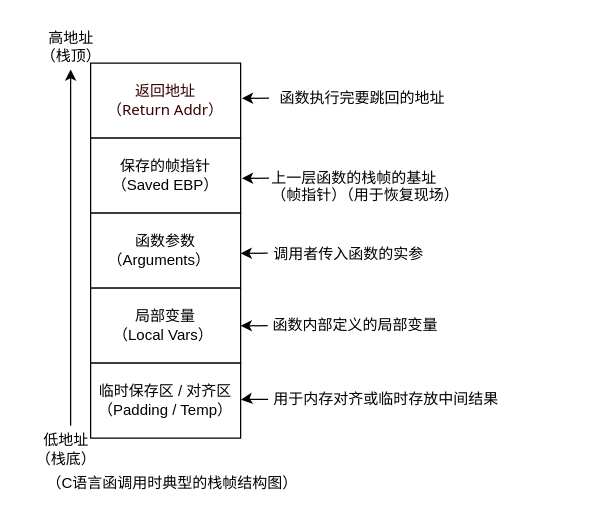
Before: 变1.drawio in ZhouQuan-7237/123, a draw.io diagram. Source tidied: cells renumbered, new cells numbered last; positions are measured from the earlier drawing's top-left corner, leaving out a move shared by most shapes. Both pictures are drawn from the tidied source at 125%, with x=0, y=0 at pixel (21, 21).
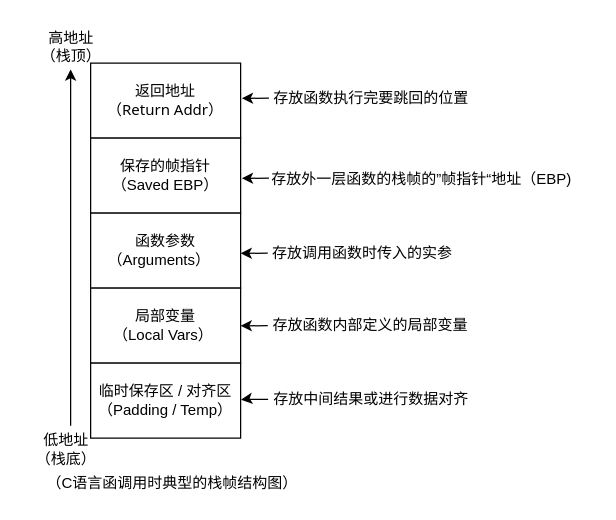
After the change.

What changed in the source:
```diff
@@
-    <mxCell id="2" value="&lt;div&gt;&lt;font style=&quot;color: rgb(51, 0, 0);&quot;&gt;返回地址&lt;br&gt;（&lt;span style=&quot;font-family: system-ui, -apple-system, BlinkMacSystemFont, &amp;quot;Segoe UI&amp;quot;, Roboto, Oxygen, Ubuntu, Cantarell, &amp;quot;Fira Sans&amp;quot;, &amp;quot;Droid Sans&amp;quot;, &amp;quot;Helvetica Neue&amp;quot;, Arial, sans-serif; orphans: 4; text-align: left; white-space-collapse: preserve; background-color: rgb(255, 255, 255);&quot;&gt;Return Addr）&lt;/span&gt;&lt;/font&gt;&lt;/div&gt;" style="rounded=0;whiteSpace=wrap;html=1;" parent="1" vertex="1">
+    <mxCell id="2" value="&lt;div&gt;&lt;font style=&quot;color: rgb(0, 0, 0);&quot;&gt;返回地址&lt;br&gt;（&lt;span style=&quot;font-family: system-ui, -apple-system, BlinkMacSystemFont, &amp;quot;Segoe UI&amp;quot;, Roboto, Oxygen, Ubuntu, Cantarell, &amp;quot;Fira Sans&amp;quot;, &amp;quot;Droid Sans&amp;quot;, &amp;quot;Helvetica Neue&amp;quot;, Arial, sans-serif; orphans: 4; text-align: left; white-space-collapse: preserve; background-color: rgb(255, 255, 255);&quot;&gt;Return Addr）&lt;/span&gt;&lt;/font&gt;&lt;/div&gt;" style="rounded=0;whiteSpace=wrap;html=1;" parent="1" vertex="1">
       <mxGeometry x="55" y="33" width="120" height="60" as="geometry" />
     </mxCell>
@@
-    <mxCell id="13" value="&lt;font style=&quot;font-size: 12px;&quot;&gt;函数执行完要跳回的地址&lt;/font&gt;" style="text;html=1;align=center;verticalAlign=middle;strokeColor=none;fillColor=none;fontSize=16;" parent="1" vertex="1">
-      <mxGeometry x="192" y="44" width="160" height="30" as="geometry" />
+    <mxCell id="13" value="&lt;font style=&quot;font-size: 12px;&quot;&gt;存放函数执行完要跳回的位置&lt;/font&gt;" style="text;html=1;align=center;verticalAlign=middle;strokeColor=none;fillColor=none;fontSize=16;" parent="1" vertex="1">
+      <mxGeometry x="189" y="44" width="180" height="30" as="geometry" />
     </mxCell>
-    <mxCell id="14" value="上一层函数的栈帧的基址（帧指针）（用于恢复现场）" style="text;whiteSpace=wrap;html=1;" parent="1" vertex="1">
-      <mxGeometry x="198" y="111" width="150" height="40" as="geometry" />
+    <mxCell id="14" value="存放外一层函数的栈帧的”帧指针“地址（EBP)" style="text;whiteSpace=wrap;html=1;" parent="1" vertex="1">
+      <mxGeometry x="198" y="112" width="261" height="40" as="geometry" />
     </mxCell>
-    <mxCell id="15" value="函数内部定义的局部变量" style="text;whiteSpace=wrap;html=1;" parent="1" vertex="1">
+    <mxCell id="15" value="存放函数内部定义的局部变量" style="text;whiteSpace=wrap;html=1;" parent="1" vertex="1">
       <mxGeometry x="199" y="229" width="160" height="40" as="geometry" />
     </mxCell>
@@
-    <mxCell id="18" value="&lt;font style=&quot;font-size: 12px;&quot;&gt;调用者传入函数的实参&lt;/font&gt;" style="text;html=1;align=center;verticalAlign=middle;strokeColor=none;fillColor=none;fontSize=16;" parent="1" vertex="1">
-      <mxGeometry x="191" y="169" width="140" height="30" as="geometry" />
+    <mxCell id="18" value="&lt;font style=&quot;font-size: 12px;&quot;&gt;存放调用函数时传入的实参&lt;/font&gt;" style="text;html=1;align=center;verticalAlign=middle;strokeColor=none;fillColor=none;fontSize=16;" parent="1" vertex="1">
+      <mxGeometry x="187" y="168" width="170" height="30" as="geometry" />
     </mxCell>
@@
-    <mxCell id="20" value="&lt;font style=&quot;font-size: 12px;&quot;&gt;用于内存对齐或临时存放中间结果&lt;/font&gt;" style="text;html=1;align=center;verticalAlign=middle;strokeColor=none;fillColor=none;fontSize=16;" parent="1" vertex="1">
-      <mxGeometry x="191" y="285" width="200" height="30" as="geometry" />
+    <mxCell id="20" value="&lt;font style=&quot;font-size: 12px;&quot;&gt;存放中间结果或进行数据对齐&lt;/font&gt;" style="text;html=1;align=center;verticalAlign=middle;strokeColor=none;fillColor=none;fontSize=16;" parent="1" vertex="1">
+      <mxGeometry x="189" y="285" width="180" height="30" as="geometry" />
     </mxCell>
```
